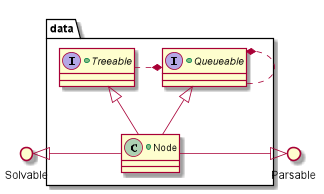
This is src/docs/UML/data.png from vitalispopoff/calculator, a PlantUML export, as it was before one commit.
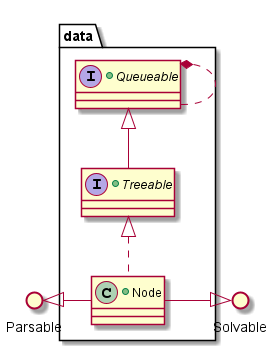
The same diagram one commit later.

Commit message:
ready to implement gui and parsable

The edit, as a diff of the source:
```diff
@@ -8,18 +8,16 @@
     +interface Queueable {
     }
 
-    +interface Treeable {
+    +interface Treeable extends Queueable{
     }
 
-    +class Node {
+    +class Node implements Treeable{
     }
 }
 
         Queueable   *..     Queueable
-        Treeable    .*     Queueable
-        Treeable    <|--   Node
-        Queueable   <|--    Node
-        Parsable    <|-    Node
-        Node        -left-|>  Solvable
+
+        Parsable    <|-right-    Node
+        Node        -right-|>  Solvable
 
 @enduml
```
